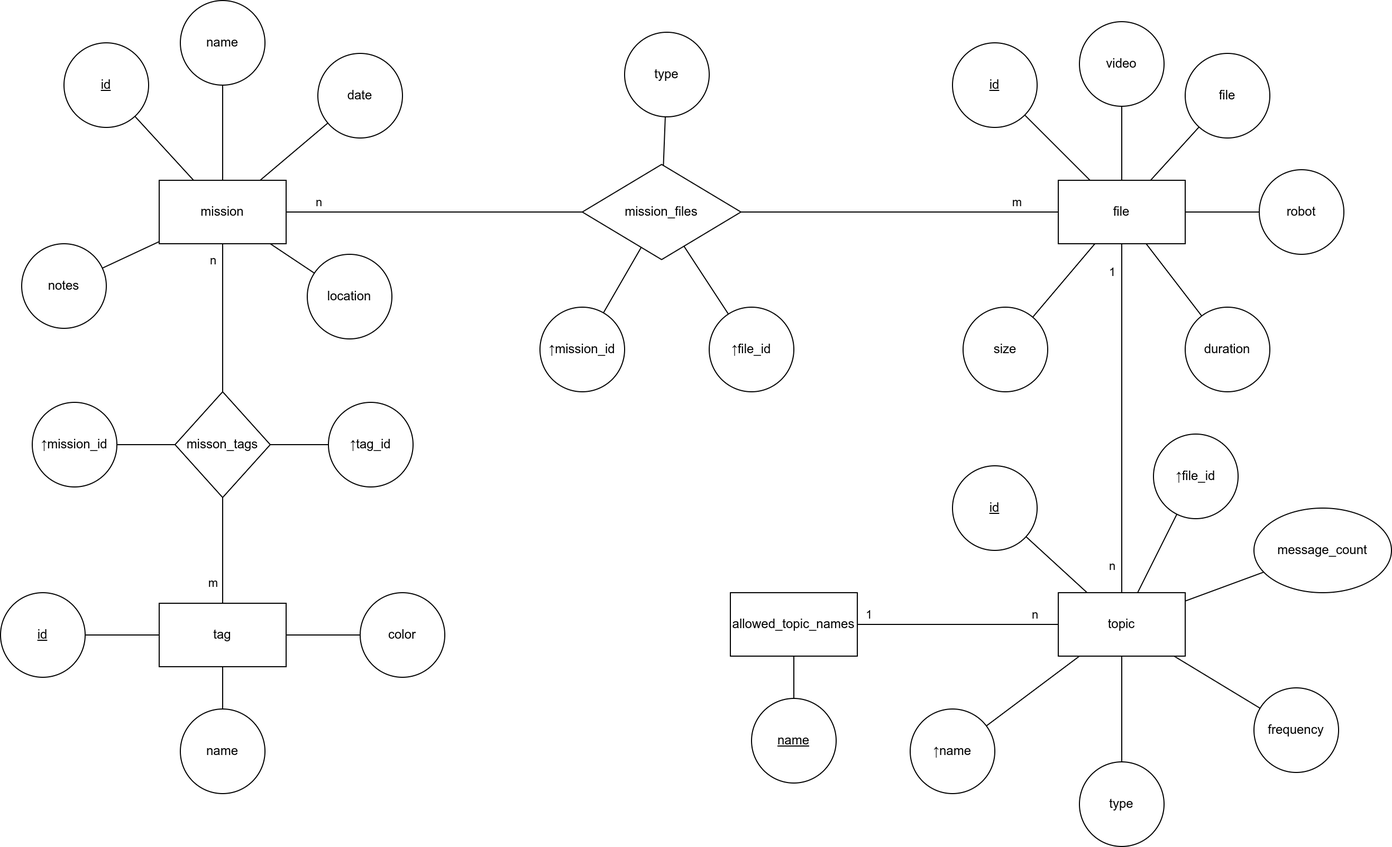
brendel-group/mission_db keeps this draw.io diagram as docs/db_scheme/db_scheme_er_diagram.png. Above is the earlier version. Source tidied: cells renumbered, new cells last; positions are measured from the earlier drawing's top-left corner, leaving out a move shared by most shapes.
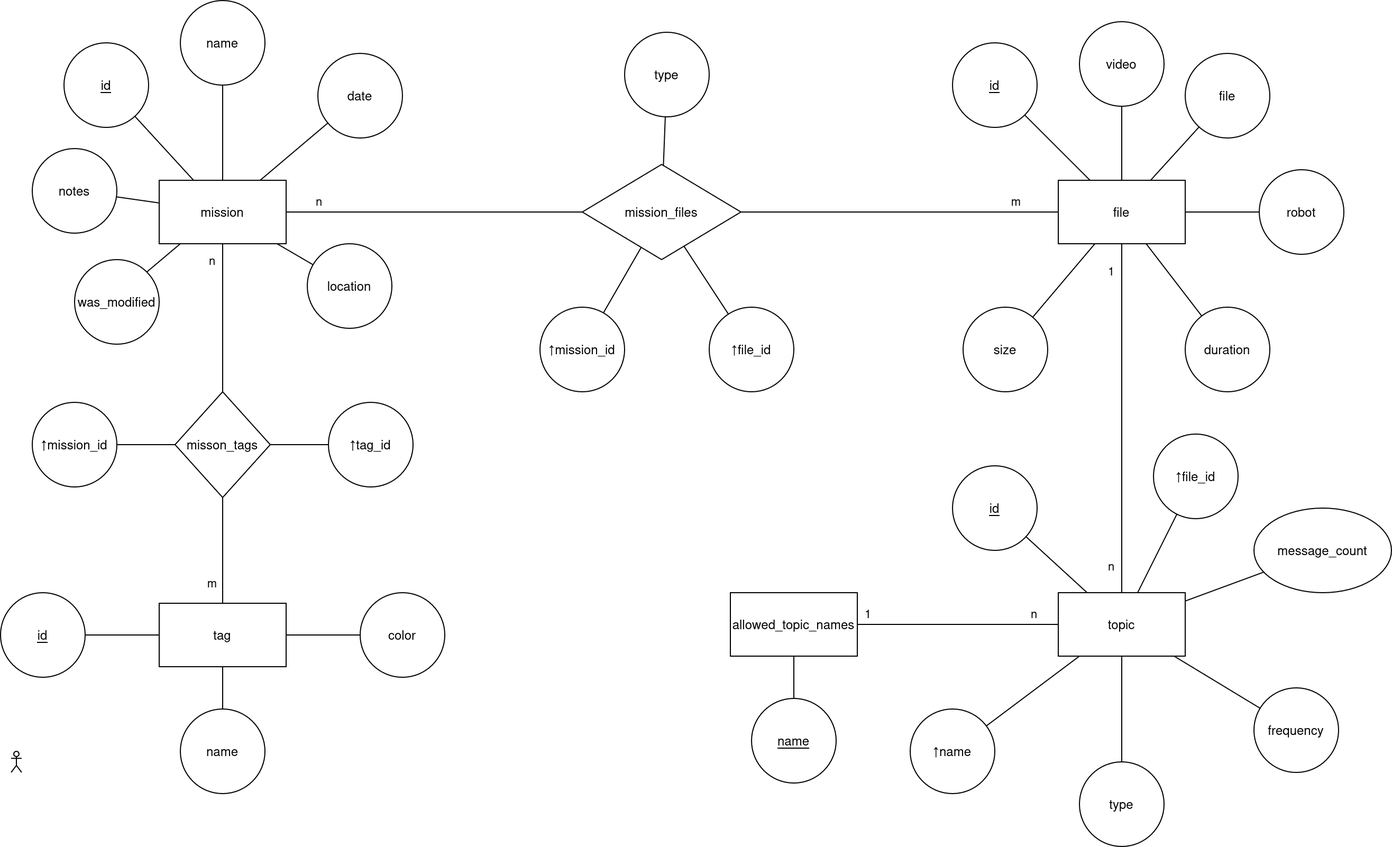
After the change.

What changed in the source:
```diff
@@ -85,10 +85,10 @@
       <mxGeometry x="60" y="40" width="80" height="80" as="geometry" />
     </mxCell>
     <mxCell id="26" value="location" style="ellipse;whiteSpace=wrap;html=1;rounded=0;" parent="1" vertex="1">
-      <mxGeometry x="290" y="240" width="80" height="80" as="geometry" />
+      <mxGeometry x="290" y="230" width="80" height="80" as="geometry" />
     </mxCell>
     <mxCell id="27" value="notes" style="ellipse;whiteSpace=wrap;html=1;rounded=0;" parent="1" vertex="1">
-      <mxGeometry x="20" y="230" width="80" height="80" as="geometry" />
+      <mxGeometry x="30" y="140" width="80" height="80" as="geometry" />
     </mxCell>
     <mxCell id="28" style="edgeStyle=none;shape=connector;rounded=0;jettySize=auto;html=1;strokeColor=default;align=center;verticalAlign=middle;fontFamily=Helvetica;fontSize=11;fontColor=default;labelBackgroundColor=default;endArrow=none;" parent="1" edge="1" source="31" target="40">
       <mxGeometry relative="1" as="geometry" />
@@ -249,5 +249,16 @@
     <mxCell id="78" value="&lt;u&gt;name&lt;/u&gt;" style="ellipse;whiteSpace=wrap;html=1;rounded=0;" parent="1" vertex="1">
       <mxGeometry x="710" y="660" width="80" height="80" as="geometry" />
     </mxCell>
+    <mxCell id="79" value="was_modified" style="ellipse;whiteSpace=wrap;html=1;" parent="1" vertex="1">
+      <mxGeometry x="70" y="245" width="80" height="80" as="geometry" />
+    </mxCell>
+    <mxCell id="80" style="edgeStyle=none;shape=connector;rounded=0;jettySize=auto;html=1;strokeColor=default;align=center;verticalAlign=middle;fontFamily=Helvetica;fontSize=11;fontColor=default;labelBackgroundColor=default;endArrow=none;exitX=1;exitY=0;exitDx=0;exitDy=0;" parent="1" edge="1" source="79">
+      <mxGeometry relative="1" as="geometry">
+        <mxPoint x="170" y="230" as="targetPoint" />
+      </mxGeometry>
+    </mxCell>
+    <mxCell id="81" style="shape=umlActor;verticalLabelPosition=bottom;verticalAlign=top;html=1;" parent="1" vertex="1">
+      <mxGeometry x="10" y="710" width="10" height="20" as="geometry" />
+    </mxCell>
   </root>
 </mxGraphModel>
```
